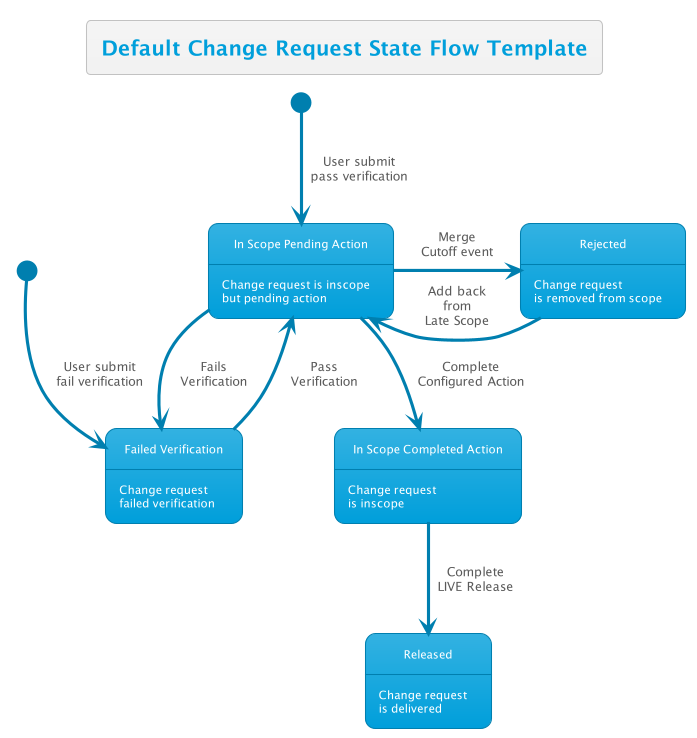
thetomitomo/diagrams keeps this PlantUML diagram as out/ReleaseEngineV2/StatusFlow/StatusFlow.png. Above is the earlier version.
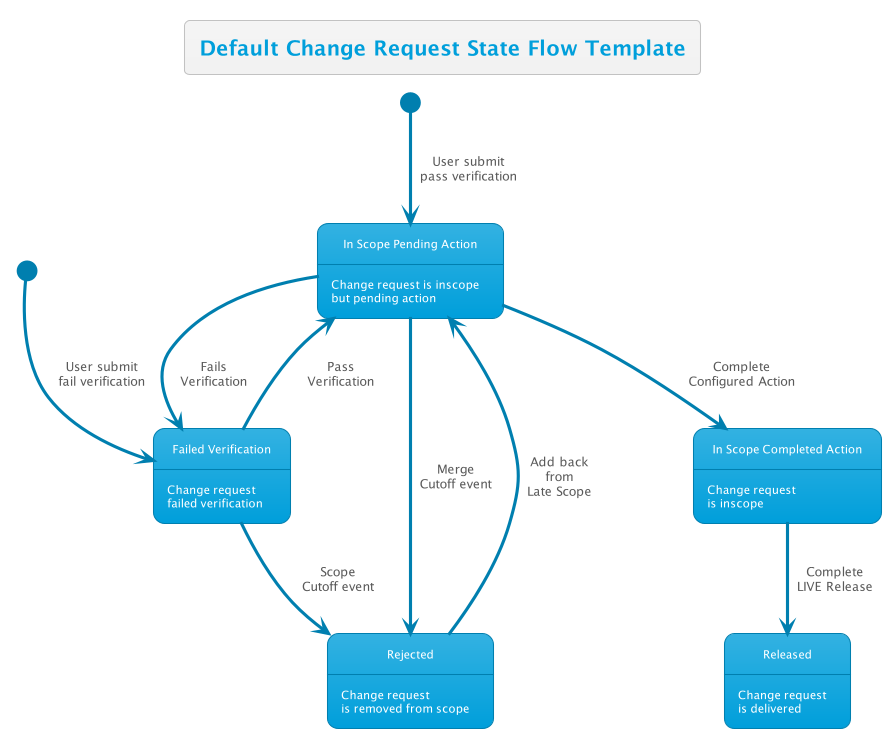
The same file after the commit.

Change to the diagram source:
```diff
@@ -31,6 +31,8 @@
 InScopePendingAction -down-> InScopeCompletedAction : Complete\nConfigured Action
 InScopePendingAction --> FailedVerification : Fails\nVerification
 FailedVerification --> InScopePendingAction : Pass\nVerification
+FailedVerification --> Rejected : Scope\nCutoff event
+
 InScopePendingAction -right-> Rejected : Merge\nCutoff event
 Rejected -left-> InScopePendingAction : Add back\nfrom\nLate Scope
 InScopeCompletedAction --> Released : Complete\nLIVE Release
```
